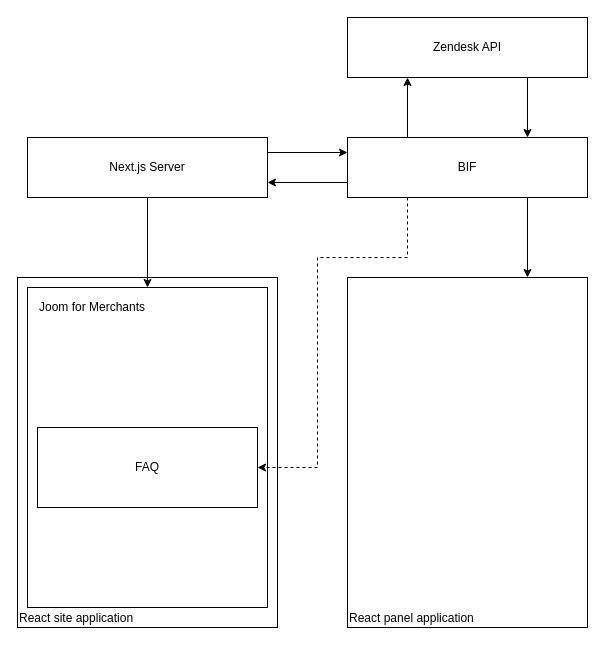
Before: merchant-site.drawio in ajile/draw-io, a draw.io diagram. Source tidied: cells renumbered, new cells numbered last; positions are measured from the earlier drawing's top-left corner, leaving out a move shared by most shapes. Both pictures are drawn from the tidied source at 100%, with x=0, y=0 at pixel (17, 17).
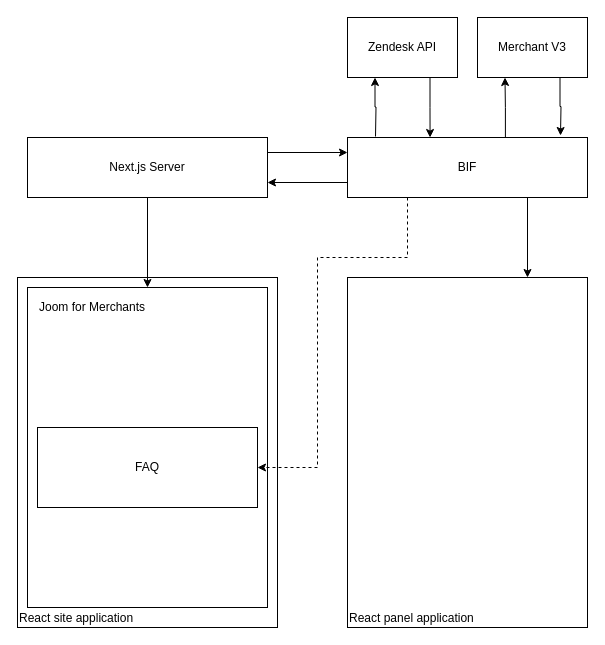
Above is the later version.

Unchanged cells that the change refers to:
```xml
<mxCell id="13" value="BIF" style="rounded=0;whiteSpace=wrap;html=1;align=center;" parent="1" vertex="1">
  <mxGeometry x="330" y="120" width="240" height="60" as="geometry" />
</mxCell>
```

What changed in the source:
```diff
@@
-    <mxCell id="10" style="edgeStyle=orthogonalEdgeStyle;rounded=0;jettySize=auto;html=1;entryX=0.25;entryY=1;entryDx=0;entryDy=0;exitX=0.25;exitY=0;exitDx=0;exitDy=0;" parent="1" edge="1" source="13" target="15">
-      <mxGeometry relative="1" as="geometry" />
+    <mxCell id="10" style="edgeStyle=orthogonalEdgeStyle;rounded=0;jettySize=auto;html=1;entryX=0.25;entryY=1;entryDx=0;entryDy=0;" parent="1" edge="1" target="15">
+      <mxGeometry relative="1" as="geometry">
+        <mxPoint x="358" y="119" as="sourcePoint" />
+      </mxGeometry>
     </mxCell>
@@
+    <mxCell id="17" style="edgeStyle=orthogonalEdgeStyle;rounded=0;jettySize=auto;html=1;entryX=0.25;entryY=1;entryDx=0;entryDy=0;exitX=0.658;exitY=0;exitDx=0;exitDy=0;exitPerimeter=0;" parent="1" edge="1" source="13" target="19">
+      <mxGeometry relative="1" as="geometry" />
+    </mxCell>
@@
-    <mxCell id="14" style="edgeStyle=orthogonalEdgeStyle;rounded=0;jettySize=auto;html=1;entryX=0.75;entryY=0;entryDx=0;entryDy=0;exitX=0.75;exitY=1;exitDx=0;exitDy=0;" parent="1" edge="1" source="15" target="13">
+    <mxCell id="14" style="edgeStyle=orthogonalEdgeStyle;rounded=0;jettySize=auto;html=1;entryX=0.344;entryY=0;entryDx=0;entryDy=0;exitX=0.75;exitY=1;exitDx=0;exitDy=0;entryPerimeter=0;" parent="1" edge="1" source="15" target="13">
       <mxGeometry relative="1" as="geometry" />
     </mxCell>
     <mxCell id="15" value="Zendesk API" style="rounded=0;whiteSpace=wrap;html=1;align=center;" parent="1" vertex="1">
-      <mxGeometry x="330" width="240" height="60" as="geometry" />
+      <mxGeometry x="330" width="110" height="60" as="geometry" />
     </mxCell>
@@
+    <mxCell id="18" style="edgeStyle=orthogonalEdgeStyle;rounded=0;jettySize=auto;html=1;exitX=0.75;exitY=1;exitDx=0;exitDy=0;" parent="1" edge="1" source="19">
+      <mxGeometry relative="1" as="geometry">
+        <mxPoint x="543" y="118" as="targetPoint" />
+      </mxGeometry>
+    </mxCell>
+    <mxCell id="19" value="Merchant V3" style="rounded=0;whiteSpace=wrap;html=1;align=center;" parent="1" vertex="1">
+      <mxGeometry x="460" width="110" height="60" as="geometry" />
+    </mxCell>
```
